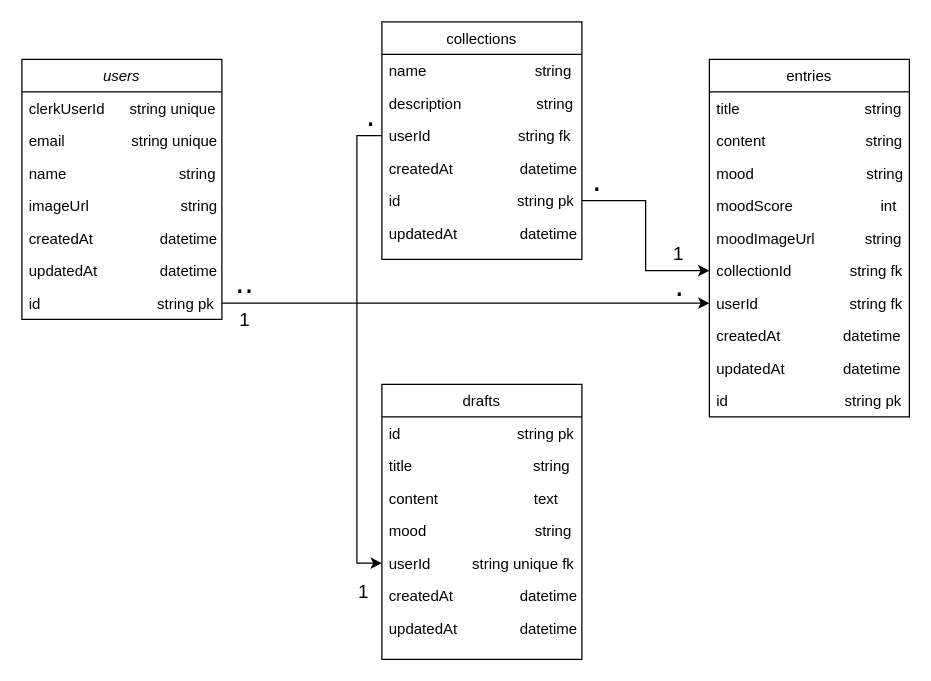
Above: db_diagram/ShamiriJournal.drawio in akakiplimo/shamiri (draw.io), before the change. Source tidied: cells renumbered, new cells numbered last; positions are measured from the earlier drawing's top-left corner, leaving out a move shared by most shapes. Both pictures are drawn from the tidied source at 125%, with x=0, y=0 at pixel (21, 21).
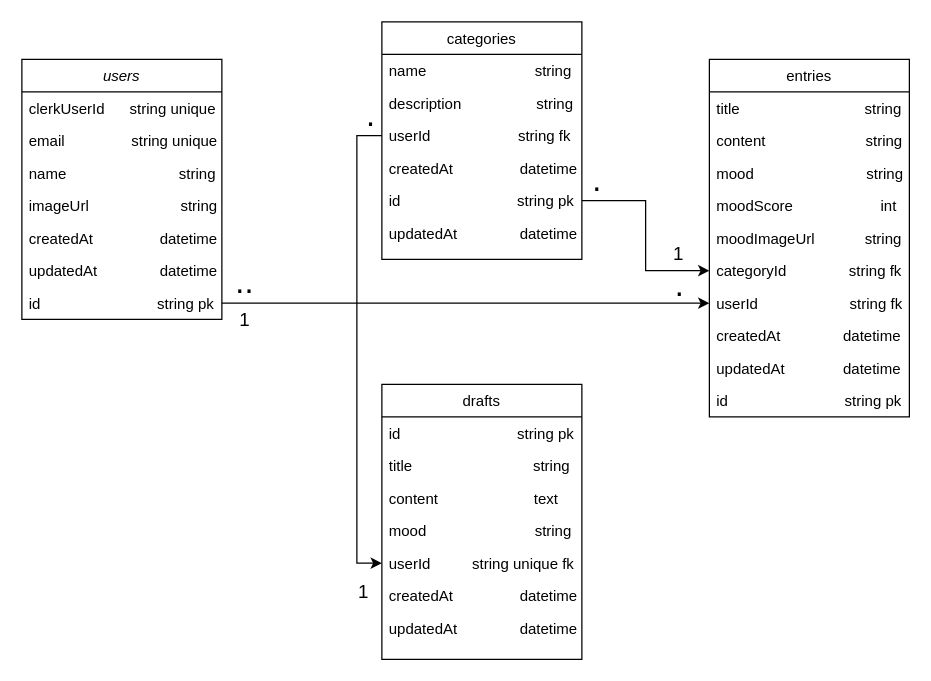
The same page after the edit.

The change refers to these unchanged cells:
```xml
<mxCell id="17" value="entries" style="swimlane;fontStyle=0;align=center;verticalAlign=top;horizontal=1;startSize=26;rounded=0;shadow=0;strokeWidth=1;" parent="1" vertex="1">
  <mxGeometry x="550" y="30" width="160" height="286" as="geometry" />
</mxCell>
```

Diff of the diagram source:
```diff
@@
-    <mxCell id="10" value="collections" style="swimlane;fontStyle=0;align=center;verticalAlign=top;horizontal=1;startSize=26;rounded=0;shadow=0;strokeWidth=1;" parent="1" vertex="1">
+    <mxCell id="10" value="categories" style="swimlane;fontStyle=0;align=center;verticalAlign=top;horizontal=1;startSize=26;rounded=0;shadow=0;strokeWidth=1;" parent="1" vertex="1">
       <mxGeometry x="288" width="160" height="190" as="geometry" />
     </mxCell>
@@
-    <mxCell id="23" value="collectionId              string fk" style="text;align=left;verticalAlign=top;spacingLeft=4;spacingRight=4;overflow=hidden;points=[[0,0.5],[1,0.5]];portConstraint=eastwest;" parent="17" vertex="1">
+    <mxCell id="23" value="categoryId               string fk" style="text;align=left;verticalAlign=top;spacingLeft=4;spacingRight=4;overflow=hidden;points=[[0,0.5],[1,0.5]];portConstraint=eastwest;" parent="17" vertex="1">
       <mxGeometry y="156" width="160" height="26" as="geometry" />
     </mxCell>
```
